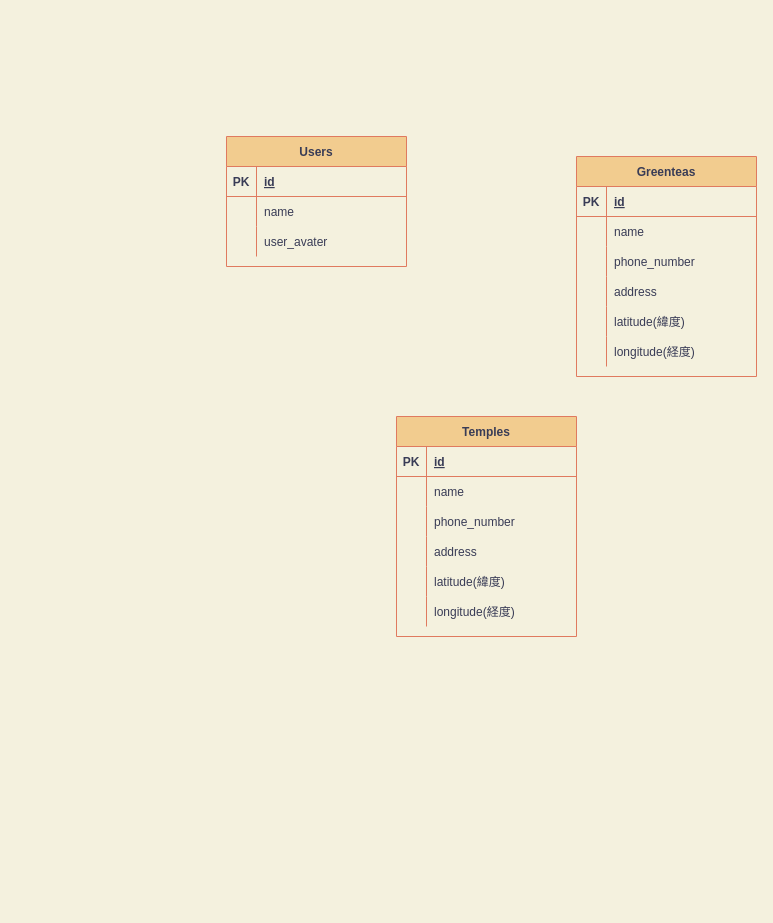
Before: Untitled Diagram.drawio in hiiragi17/genbarails, a draw.io diagram. Source tidied: cells renumbered, new cells numbered last; positions are measured from the earlier drawing's top-left corner, leaving out a move shared by most shapes. Both pictures are drawn from the tidied source at 100%, with x=0, y=0 at pixel (226, 136).
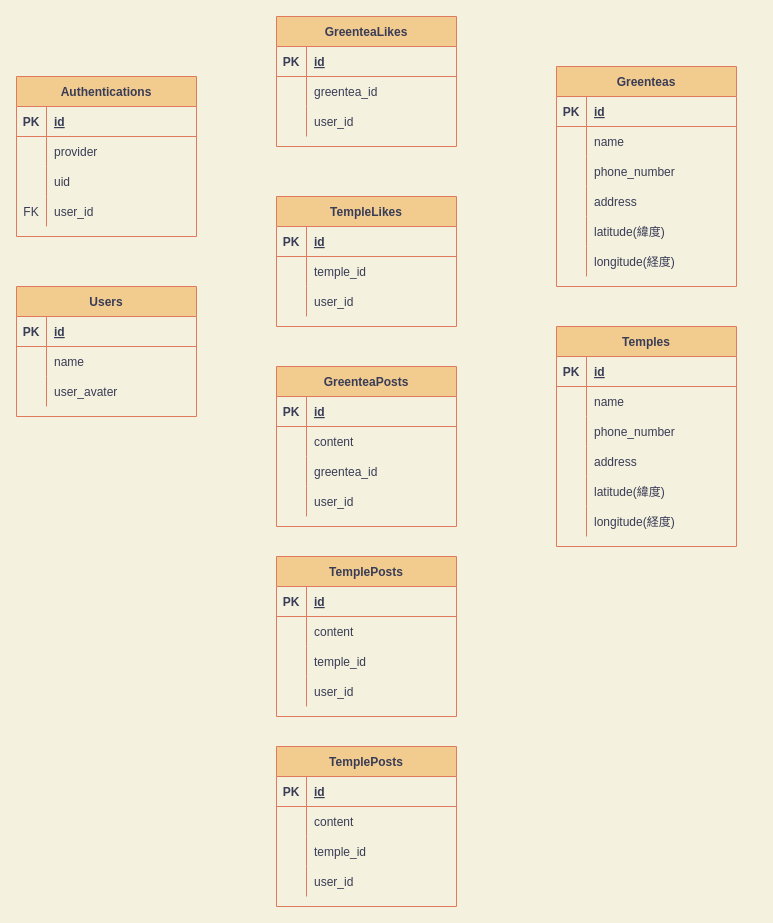
After the change.

Commit message (it also covers changes not shown here):
Untitled Diagram.drawio を更新します

Change to the diagram source:
```diff
@@
     <mxCell id="2" value="Greenteas" style="shape=table;startSize=30;childLayout=tableLayout;rowLines=0;fontStyle=1;align=center;rounded=0;sketch=0;fontColor=#393C56;strokeColor=#E07A5F;fillColor=#F2CC8F;" parent="1" vertex="1">
-      <mxGeometry x="350" y="20" width="180" height="220" as="geometry" />
+      <mxGeometry x="330" y="-70" width="180" height="220" as="geometry" />
     </mxCell>
@@
     <mxCell id="21" value="Temples" style="shape=table;startSize=30;childLayout=tableLayout;rowLines=0;fontStyle=1;align=center;rounded=0;sketch=0;fontColor=#393C56;strokeColor=#E07A5F;fillColor=#F2CC8F;" parent="1" vertex="1">
-      <mxGeometry x="170" y="280" width="180" height="220" as="geometry" />
+      <mxGeometry x="330" y="190" width="180" height="220" as="geometry" />
     </mxCell>
@@
     <mxCell id="40" value="Users" style="shape=table;startSize=30;childLayout=tableLayout;rowLines=0;fontStyle=1;align=center;rounded=0;sketch=0;fontColor=#393C56;strokeColor=#E07A5F;fillColor=#F2CC8F;" parent="1" vertex="1">
-      <mxGeometry width="180" height="130" as="geometry" />
+      <mxGeometry x="-210" y="150" width="180" height="130" as="geometry" />
     </mxCell>
@@
+    <mxCell id="50" value="Authentications" style="shape=table;startSize=30;childLayout=tableLayout;rowLines=0;fontStyle=1;align=center;rounded=0;sketch=0;fontColor=#393C56;strokeColor=#E07A5F;fillColor=#F2CC8F;" parent="1" vertex="1">
+      <mxGeometry x="-210" y="-60" width="180" height="160" as="geometry" />
+    </mxCell>
+    <mxCell id="51" style="shape=tableRow;horizontal=0;startSize=0;swimlaneHead=0;swimlaneBody=0;fillColor=none;top=0;left=0;right=0;bottom=1;rounded=0;sketch=0;fontColor=#393C56;strokeColor=#E07A5F;" parent="50" vertex="1">
+      <mxGeometry y="30" width="180" height="30" as="geometry" />
+    </mxCell>
+    <mxCell id="52" value="PK" style="shape=partialRectangle;fillColor=none;top=0;left=0;bottom=0;right=0;fontStyle=1;overflow=hidden;rounded=0;sketch=0;fontColor=#393C56;strokeColor=#E07A5F;" parent="51" vertex="1">
+      <mxGeometry width="30" height="30" as="geometry" />
+    </mxCell>
+    <mxCell id="53" value="id" style="shape=partialRectangle;fillColor=none;top=0;left=0;bottom=0;right=0;align=left;spacingLeft=6;fontStyle=5;overflow=hidden;rounded=0;sketch=0;fontColor=#393C56;strokeColor=#E07A5F;" parent="51" vertex="1">
+      <mxGeometry x="30" width="150" height="30" as="geometry" />
+    </mxCell>
+    <mxCell id="54" style="shape=tableRow;horizontal=0;startSize=0;swimlaneHead=0;swimlaneBody=0;fillColor=none;top=0;left=0;right=0;bottom=0;rounded=0;sketch=0;fontColor=#393C56;strokeColor=#E07A5F;" parent="50" vertex="1">
+      <mxGeometry y="60" width="180" height="30" as="geometry" />
+    </mxCell>
+    <mxCell id="55" style="shape=partialRectangle;fillColor=none;top=0;left=0;bottom=0;right=0;overflow=hidden;rounded=0;sketch=0;fontColor=#393C56;strokeColor=#E07A5F;" parent="54" vertex="1">
+      <mxGeometry width="30" height="30" as="geometry" />
+    </mxCell>
+    <mxCell id="56" value="provider" style="shape=partialRectangle;fillColor=none;top=0;left=0;bottom=0;right=0;align=left;spacingLeft=6;overflow=hidden;rounded=0;sketch=0;fontColor=#393C56;strokeColor=#E07A5F;" parent="54" vertex="1">
+      <mxGeometry x="30" width="150" height="30" as="geometry" />
+    </mxCell>
+    <mxCell id="57" style="shape=tableRow;horizontal=0;startSize=0;swimlaneHead=0;swimlaneBody=0;fillColor=none;top=0;left=0;right=0;bottom=0;rounded=0;sketch=0;fontColor=#393C56;strokeColor=#E07A5F;" parent="50" vertex="1">
+      <mxGeometry y="90" width="180" height="30" as="geometry" />
+    </mxCell>
+    <mxCell id="58" style="shape=partialRectangle;fillColor=none;top=0;left=0;bottom=0;right=0;overflow=hidden;rounded=0;sketch=0;fontColor=#393C56;strokeColor=#E07A5F;" parent="57" vertex="1">
+      <mxGeometry width="30" height="30" as="geometry" />
+    </mxCell>
+    <mxCell id="59" value="uid" style="shape=partialRectangle;fillColor=none;top=0;left=0;bottom=0;right=0;align=left;spacingLeft=6;overflow=hidden;rounded=0;sketch=0;fontColor=#393C56;strokeColor=#E07A5F;" parent="57" vertex="1">
+      <mxGeometry x="30" width="150" height="30" as="geometry" />
+    </mxCell>
+    <mxCell id="60" style="shape=tableRow;horizontal=0;startSize=0;swimlaneHead=0;swimlaneBody=0;fillColor=none;top=0;left=0;right=0;bottom=0;rounded=0;sketch=0;fontColor=#393C56;strokeColor=#E07A5F;" parent="50" vertex="1">
+      <mxGeometry y="120" width="180" height="30" as="geometry" />
+    </mxCell>
+    <mxCell id="61" value="FK" style="shape=partialRectangle;fillColor=none;top=0;left=0;bottom=0;right=0;overflow=hidden;rounded=0;sketch=0;fontColor=#393C56;strokeColor=#E07A5F;" parent="60" vertex="1">
+      <mxGeometry width="30" height="30" as="geometry" />
+    </mxCell>
+    <mxCell id="62" value="user_id" style="shape=partialRectangle;fillColor=none;top=0;left=0;bottom=0;right=0;align=left;spacingLeft=6;overflow=hidden;rounded=0;sketch=0;fontColor=#393C56;strokeColor=#E07A5F;" parent="60" vertex="1">
+      <mxGeometry x="30" width="150" height="30" as="geometry" />
+    </mxCell>
+    <mxCell id="63" value="GreenteaLikes" style="shape=table;startSize=30;childLayout=tableLayout;rowLines=0;fontStyle=1;align=center;rounded=0;sketch=0;fontColor=#393C56;strokeColor=#E07A5F;fillColor=#F2CC8F;" parent="1" vertex="1">
+      <mxGeometry x="50" y="-120" width="180" height="130" as="geometry" />
+    </mxCell>
+    <mxCell id="64" style="shape=tableRow;horizontal=0;startSize=0;swimlaneHead=0;swimlaneBody=0;fillColor=none;top=0;left=0;right=0;bottom=1;rounded=0;sketch=0;fontColor=#393C56;strokeColor=#E07A5F;" parent="63" vertex="1">
+      <mxGeometry y="30" width="180" height="30" as="geometry" />
+    </mxCell>
+    <mxCell id="65" value="PK" style="shape=partialRectangle;fillColor=none;top=0;left=0;bottom=0;right=0;fontStyle=1;overflow=hidden;rounded=0;sketch=0;fontColor=#393C56;strokeColor=#E07A5F;" parent="64" vertex="1">
+      <mxGeometry width="30" height="30" as="geometry" />
+    </mxCell>
+    <mxCell id="66" value="id" style="shape=partialRectangle;fillColor=none;top=0;left=0;bottom=0;right=0;align=left;spacingLeft=6;fontStyle=5;overflow=hidden;rounded=0;sketch=0;fontColor=#393C56;strokeColor=#E07A5F;" parent="64" vertex="1">
+      <mxGeometry x="30" width="150" height="30" as="geometry" />
+    </mxCell>
+    <mxCell id="67" style="shape=tableRow;horizontal=0;startSize=0;swimlaneHead=0;swimlaneBody=0;fillColor=none;top=0;left=0;right=0;bottom=0;rounded=0;sketch=0;fontColor=#393C56;strokeColor=#E07A5F;" parent="63" vertex="1">
+      <mxGeometry y="60" width="180" height="30" as="geometry" />
+    </mxCell>
+    <mxCell id="68" style="shape=partialRectangle;fillColor=none;top=0;left=0;bottom=0;right=0;overflow=hidden;rounded=0;sketch=0;fontColor=#393C56;strokeColor=#E07A5F;" parent="67" vertex="1">
+      <mxGeometry width="30" height="30" as="geometry" />
+    </mxCell>
+    <mxCell id="69" value="greentea_id" style="shape=partialRectangle;fillColor=none;top=0;left=0;bottom=0;right=0;align=left;spacingLeft=6;overflow=hidden;rounded=0;sketch=0;fontColor=#393C56;strokeColor=#E07A5F;" parent="67" vertex="1">
+      <mxGeometry x="30" width="150" height="30" as="geometry" />
+    </mxCell>
+    <mxCell id="70" style="shape=tableRow;horizontal=0;startSize=0;swimlaneHead=0;swimlaneBody=0;fillColor=none;top=0;left=0;right=0;bottom=0;rounded=0;sketch=0;fontColor=#393C56;strokeColor=#E07A5F;" parent="63" vertex="1">
+      <mxGeometry y="90" width="180" height="30" as="geometry" />
+    </mxCell>
+    <mxCell id="71" style="shape=partialRectangle;fillColor=none;top=0;left=0;bottom=0;right=0;overflow=hidden;rounded=0;sketch=0;fontColor=#393C56;strokeColor=#E07A5F;" parent="70" vertex="1">
+      <mxGeometry width="30" height="30" as="geometry" />
+    </mxCell>
+    <mxCell id="72" value="user_id" style="shape=partialRectangle;fillColor=none;top=0;left=0;bottom=0;right=0;align=left;spacingLeft=6;overflow=hidden;rounded=0;sketch=0;fontColor=#393C56;strokeColor=#E07A5F;" parent="70" vertex="1">
+      <mxGeometry x="30" width="150" height="30" as="geometry" />
+    </mxCell>
+    <mxCell id="73" value="TempleLikes" style="shape=table;startSize=30;childLayout=tableLayout;rowLines=0;fontStyle=1;align=center;rounded=0;sketch=0;fontColor=#393C56;strokeColor=#E07A5F;fillColor=#F2CC8F;" parent="1" vertex="1">
+      <mxGeometry x="50" y="60" width="180" height="130" as="geometry" />
+    </mxCell>
+    <mxCell id="74" style="shape=tableRow;horizontal=0;startSize=0;swimlaneHead=0;swimlaneBody=0;fillColor=none;top=0;left=0;right=0;bottom=1;rounded=0;sketch=0;fontColor=#393C56;strokeColor=#E07A5F;" parent="73" vertex="1">
+      <mxGeometry y="30" width="180" height="30" as="geometry" />
+    </mxCell>
+    <mxCell id="75" value="PK" style="shape=partialRectangle;fillColor=none;top=0;left=0;bottom=0;right=0;fontStyle=1;overflow=hidden;rounded=0;sketch=0;fontColor=#393C56;strokeColor=#E07A5F;" parent="74" vertex="1">
+      <mxGeometry width="30" height="30" as="geometry" />
+    </mxCell>
+    <mxCell id="76" value="id" style="shape=partialRectangle;fillColor=none;top=0;left=0;bottom=0;right=0;align=left;spacingLeft=6;fontStyle=5;overflow=hidden;rounded=0;sketch=0;fontColor=#393C56;strokeColor=#E07A5F;" parent="74" vertex="1">
+      <mxGeometry x="30" width="150" height="30" as="geometry" />
+    </mxCell>
+    <mxCell id="77" style="shape=tableRow;horizontal=0;startSize=0;swimlaneHead=0;swimlaneBody=0;fillColor=none;top=0;left=0;right=0;bottom=0;rounded=0;sketch=0;fontColor=#393C56;strokeColor=#E07A5F;" parent="73" vertex="1">
+      <mxGeometry y="60" width="180" height="30" as="geometry" />
+    </mxCell>
+    <mxCell id="78" style="shape=partialRectangle;fillColor=none;top=0;left=0;bottom=0;right=0;overflow=hidden;rounded=0;sketch=0;fontColor=#393C56;strokeColor=#E07A5F;" parent="77" vertex="1">
+      <mxGeometry width="30" height="30" as="geometry" />
+    </mxCell>
+    <mxCell id="79" value="temple_id" style="shape=partialRectangle;fillColor=none;top=0;left=0;bottom=0;right=0;align=left;spacingLeft=6;overflow=hidden;rounded=0;sketch=0;fontColor=#393C56;strokeColor=#E07A5F;" parent="77" vertex="1">
+      <mxGeometry x="30" width="150" height="30" as="geometry" />
+    </mxCell>
+    <mxCell id="80" style="shape=tableRow;horizontal=0;startSize=0;swimlaneHead=0;swimlaneBody=0;fillColor=none;top=0;left=0;right=0;bottom=0;rounded=0;sketch=0;fontColor=#393C56;strokeColor=#E07A5F;" parent="73" vertex="1">
+      <mxGeometry y="90" width="180" height="30" as="geometry" />
+    </mxCell>
+    <mxCell id="81" style="shape=partialRectangle;fillColor=none;top=0;left=0;bottom=0;right=0;overflow=hidden;rounded=0;sketch=0;fontColor=#393C56;strokeColor=#E07A5F;" parent="80" vertex="1">
+      <mxGeometry width="30" height="30" as="geometry" />
+    </mxCell>
+    <mxCell id="82" value="user_id" style="shape=partialRectangle;fillColor=none;top=0;left=0;bottom=0;right=0;align=left;spacingLeft=6;overflow=hidden;rounded=0;sketch=0;fontColor=#393C56;strokeColor=#E07A5F;" parent="80" vertex="1">
+      <mxGeometry x="30" width="150" height="30" as="geometry" />
+    </mxCell>
+    <mxCell id="83" value="GreenteaPosts" style="shape=table;startSize=30;childLayout=tableLayout;rowLines=0;fontStyle=1;align=center;rounded=0;sketch=0;fontColor=#393C56;strokeColor=#E07A5F;fillColor=#F2CC8F;" parent="1" vertex="1">
+      <mxGeometry x="50" y="230" width="180" height="160" as="geometry" />
+    </mxCell>
+    <mxCell id="84" style="shape=tableRow;horizontal=0;startSize=0;swimlaneHead=0;swimlaneBody=0;fillColor=none;top=0;left=0;right=0;bottom=1;rounded=0;sketch=0;fontColor=#393C56;strokeColor=#E07A5F;" parent="83" vertex="1">
+      <mxGeometry y="30" width="180" height="30" as="geometry" />
+    </mxCell>
+    <mxCell id="85" value="PK" style="shape=partialRectangle;fillColor=none;top=0;left=0;bottom=0;right=0;fontStyle=1;overflow=hidden;rounded=0;sketch=0;fontColor=#393C56;strokeColor=#E07A5F;" parent="84" vertex="1">
+      <mxGeometry width="30" height="30" as="geometry" />
+    </mxCell>
+    <mxCell id="86" value="id" style="shape=partialRectangle;fillColor=none;top=0;left=0;bottom=0;right=0;align=left;spacingLeft=6;fontStyle=5;overflow=hidden;rounded=0;sketch=0;fontColor=#393C56;strokeColor=#E07A5F;" parent="84" vertex="1">
+      <mxGeometry x="30" width="150" height="30" as="geometry" />
+    </mxCell>
+    <mxCell id="87" style="shape=tableRow;horizontal=0;startSize=0;swimlaneHead=0;swimlaneBody=0;fillColor=none;top=0;left=0;right=0;bottom=0;rounded=0;sketch=0;fontColor=#393C56;strokeColor=#E07A5F;" parent="83" vertex="1">
+      <mxGeometry y="60" width="180" height="30" as="geometry" />
+    </mxCell>
+    <mxCell id="88" style="shape=partialRectangle;fillColor=none;top=0;left=0;bottom=0;right=0;overflow=hidden;rounded=0;sketch=0;fontColor=#393C56;strokeColor=#E07A5F;" parent="87" vertex="1">
+      <mxGeometry width="30" height="30" as="geometry" />
+    </mxCell>
+    <mxCell id="89" value="content" style="shape=partialRectangle;fillColor=none;top=0;left=0;bottom=0;right=0;align=left;spacingLeft=6;overflow=hidden;rounded=0;sketch=0;fontColor=#393C56;strokeColor=#E07A5F;" parent="87" vertex="1">
+      <mxGeometry x="30" width="150" height="30" as="geometry" />
+    </mxCell>
+    <mxCell id="90" style="shape=tableRow;horizontal=0;startSize=0;swimlaneHead=0;swimlaneBody=0;fillColor=none;top=0;left=0;right=0;bottom=0;rounded=0;sketch=0;fontColor=#393C56;strokeColor=#E07A5F;" parent="83" vertex="1">
+      <mxGeometry y="90" width="180" height="30" as="geometry" />
+    </mxCell>
+    <mxCell id="91" style="shape=partialRectangle;fillColor=none;top=0;left=0;bottom=0;right=0;overflow=hidden;rounded=0;sketch=0;fontColor=#393C56;strokeColor=#E07A5F;" parent="90" vertex="1">
+      <mxGeometry width="30" height="30" as="geometry" />
+    </mxCell>
+    <mxCell id="92" value="greentea_id" style="shape=partialRectangle;fillColor=none;top=0;left=0;bottom=0;right=0;align=left;spacingLeft=6;overflow=hidden;rounded=0;sketch=0;fontColor=#393C56;strokeColor=#E07A5F;" parent="90" vertex="1">
+      <mxGeometry x="30" width="150" height="30" as="geometry" />
+    </mxCell>
+    <mxCell id="93" style="shape=tableRow;horizontal=0;startSize=0;swimlaneHead=0;swimlaneBody=0;fillColor=none;top=0;left=0;right=0;bottom=0;rounded=0;sketch=0;fontColor=#393C56;strokeColor=#E07A5F;" parent="83" vertex="1">
+      <mxGeometry y="120" width="180" height="30" as="geometry" />
+    </mxCell>
+    <mxCell id="94" style="shape=partialRectangle;fillColor=none;top=0;left=0;bottom=0;right=0;overflow=hidden;rounded=0;sketch=0;fontColor=#393C56;strokeColor=#E07A5F;" parent="93" vertex="1">
+      <mxGeometry width="30" height="30" as="geometry" />
+    </mxCell>
+    <mxCell id="95" value="user_id" style="shape=partialRectangle;fillColor=none;top=0;left=0;bottom=0;right=0;align=left;spacingLeft=6;overflow=hidden;rounded=0;sketch=0;fontColor=#393C56;strokeColor=#E07A5F;" parent="93" vertex="1">
+      <mxGeometry x="30" width="150" height="30" as="geometry" />
+    </mxCell>
+    <mxCell id="96" value="TemplePosts" style="shape=table;startSize=30;childLayout=tableLayout;rowLines=0;fontStyle=1;align=center;rounded=0;sketch=0;fontColor=#393C56;strokeColor=#E07A5F;fillColor=#F2CC8F;" parent="1" vertex="1">
+      <mxGeometry x="50" y="420" width="180" height="160" as="geometry" />
+    </mxCell>
+    <mxCell id="97" style="shape=tableRow;horizontal=0;startSize=0;swimlaneHead=0;swimlaneBody=0;fillColor=none;top=0;left=0;right=0;bottom=1;rounded=0;sketch=0;fontColor=#393C56;strokeColor=#E07A5F;" parent="96" vertex="1">
+      <mxGeometry y="30" width="180" height="30" as="geometry" />
+    </mxCell>
+    <mxCell id="98" value="PK" style="shape=partialRectangle;fillColor=none;top=0;left=0;bottom=0;right=0;fontStyle=1;overflow=hidden;rounded=0;sketch=0;fontColor=#393C56;strokeColor=#E07A5F;" parent="97" vertex="1">
+      <mxGeometry width="30" height="30" as="geometry" />
+    </mxCell>
+    <mxCell id="99" value="id" style="shape=partialRectangle;fillColor=none;top=0;left=0;bottom=0;right=0;align=left;spacingLeft=6;fontStyle=5;overflow=hidden;rounded=0;sketch=0;fontColor=#393C56;strokeColor=#E07A5F;" parent="97" vertex="1">
+      <mxGeometry x="30" width="150" height="30" as="geometry" />
+    </mxCell>
+    <mxCell id="100" style="shape=tableRow;horizontal=0;startSize=0;swimlaneHead=0;swimlaneBody=0;fillColor=none;top=0;left=0;right=0;bottom=0;rounded=0;sketch=0;fontColor=#393C56;strokeColor=#E07A5F;" parent="96" vertex="1">
+      <mxGeometry y="60" width="180" height="30" as="geometry" />
+    </mxCell>
+    <mxCell id="101" style="shape=partialRectangle;fillColor=none;top=0;left=0;bottom=0;right=0;overflow=hidden;rounded=0;sketch=0;fontColor=#393C56;strokeColor=#E07A5F;" parent="100" vertex="1">
+      <mxGeometry width="30" height="30" as="geometry" />
+    </mxCell>
+    <mxCell id="102" value="content" style="shape=partialRectangle;fillColor=none;top=0;left=0;bottom=0;right=0;align=left;spacingLeft=6;overflow=hidden;rounded=0;sketch=0;fontColor=#393C56;strokeColor=#E07A5F;" parent="100" vertex="1">
+      <mxGeometry x="30" width="150" height="30" as="geometry" />
+    </mxCell>
+    <mxCell id="103" style="shape=tableRow;horizontal=0;startSize=0;swimlaneHead=0;swimlaneBody=0;fillColor=none;top=0;left=0;right=0;bottom=0;rounded=0;sketch=0;fontColor=#393C56;strokeColor=#E07A5F;" parent="96" vertex="1">
+      <mxGeometry y="90" width="180" height="30" as="geometry" />
+    </mxCell>
+    <mxCell id="104" style="shape=partialRectangle;fillColor=none;top=0;left=0;bottom=0;right=0;overflow=hidden;rounded=0;sketch=0;fontColor=#393C56;strokeColor=#E07A5F;" parent="103" vertex="1">
+      <mxGeometry width="30" height="30" as="geometry" />
+    </mxCell>
+    <mxCell id="105" value="temple_id" style="shape=partialRectangle;fillColor=none;top=0;left=0;bottom=0;right=0;align=left;spacingLeft=6;overflow=hidden;rounded=0;sketch=0;fontColor=#393C56;strokeColor=#E07A5F;" parent="103" vertex="1">
+      <mxGeometry x="30" width="150" height="30" as="geometry" />
+    </mxCell>
+    <mxCell id="106" style="shape=tableRow;horizontal=0;startSize=0;swimlaneHead=0;swimlaneBody=0;fillColor=none;top=0;left=0;right=0;bottom=0;rounded=0;sketch=0;fontColor=#393C56;strokeColor=#E07A5F;" parent="96" vertex="1">
+      <mxGeometry y="120" width="180" height="30" as="geometry" />
+    </mxCell>
+    <mxCell id="107" style="shape=partialRectangle;fillColor=none;top=0;left=0;bottom=0;right=0;overflow=hidden;rounded=0;sketch=0;fontColor=#393C56;strokeColor=#E07A5F;" parent="106" vertex="1">
+      <mxGeometry width="30" height="30" as="geometry" />
+    </mxCell>
+    <mxCell id="108" value="user_id" style="shape=partialRectangle;fillColor=none;top=0;left=0;bottom=0;right=0;align=left;spacingLeft=6;overflow=hidden;rounded=0;sketch=0;fontColor=#393C56;strokeColor=#E07A5F;" parent="106" vertex="1">
+      <mxGeometry x="30" width="150" height="30" as="geometry" />
+    </mxCell>
+    <mxCell id="109" value="TemplePosts" style="shape=table;startSize=30;childLayout=tableLayout;rowLines=0;fontStyle=1;align=center;rounded=0;sketch=0;fontColor=#393C56;strokeColor=#E07A5F;fillColor=#F2CC8F;" parent="1" vertex="1">
+      <mxGeometry x="50" y="610" width="180" height="160" as="geometry" />
+    </mxCell>
+    <mxCell id="110" style="shape=tableRow;horizontal=0;startSize=0;swimlaneHead=0;swimlaneBody=0;fillColor=none;top=0;left=0;right=0;bottom=1;rounded=0;sketch=0;fontColor=#393C56;strokeColor=#E07A5F;" parent="109" vertex="1">
+      <mxGeometry y="30" width="180" height="30" as="geometry" />
+    </mxCell>
+    <mxCell id="111" value="PK" style="shape=partialRectangle;fillColor=none;top=0;left=0;bottom=0;right=0;fontStyle=1;overflow=hidden;rounded=0;sketch=0;fontColor=#393C56;strokeColor=#E07A5F;" parent="110" vertex="1">
+      <mxGeometry width="30" height="30" as="geometry" />
+    </mxCell>
+    <mxCell id="112" value="id" style="shape=partialRectangle;fillColor=none;top=0;left=0;bottom=0;right=0;align=left;spacingLeft=6;fontStyle=5;overflow=hidden;rounded=0;sketch=0;fontColor=#393C56;strokeColor=#E07A5F;" parent="110" vertex="1">
+      <mxGeometry x="30" width="150" height="30" as="geometry" />
+    </mxCell>
+    <mxCell id="113" style="shape=tableRow;horizontal=0;startSize=0;swimlaneHead=0;swimlaneBody=0;fillColor=none;top=0;left=0;right=0;bottom=0;rounded=0;sketch=0;fontColor=#393C56;strokeColor=#E07A5F;" parent="109" vertex="1">
+      <mxGeometry y="60" width="180" height="30" as="geometry" />
+    </mxCell>
+    <mxCell id="114" style="shape=partialRectangle;fillColor=none;top=0;left=0;bottom=0;right=0;overflow=hidden;rounded=0;sketch=0;fontColor=#393C56;strokeColor=#E07A5F;" parent="113" vertex="1">
+      <mxGeometry width="30" height="30" as="geometry" />
+    </mxCell>
+    <mxCell id="115" value="content" style="shape=partialRectangle;fillColor=none;top=0;left=0;bottom=0;right=0;align=left;spacingLeft=6;overflow=hidden;rounded=0;sketch=0;fontColor=#393C56;strokeColor=#E07A5F;" parent="113" vertex="1">
+      <mxGeometry x="30" width="150" height="30" as="geometry" />
+    </mxCell>
+    <mxCell id="116" style="shape=tableRow;horizontal=0;startSize=0;swimlaneHead=0;swimlaneBody=0;fillColor=none;top=0;left=0;right=0;bottom=0;rounded=0;sketch=0;fontColor=#393C56;strokeColor=#E07A5F;" parent="109" vertex="1">
+      <mxGeometry y="90" width="180" height="30" as="geometry" />
+    </mxCell>
+    <mxCell id="117" style="shape=partialRectangle;fillColor=none;top=0;left=0;bottom=0;right=0;overflow=hidden;rounded=0;sketch=0;fontColor=#393C56;strokeColor=#E07A5F;" parent="116" vertex="1">
+      <mxGeometry width="30" height="30" as="geometry" />
+    </mxCell>
+    <mxCell id="118" value="temple_id" style="shape=partialRectangle;fillColor=none;top=0;left=0;bottom=0;right=0;align=left;spacingLeft=6;overflow=hidden;rounded=0;sketch=0;fontColor=#393C56;strokeColor=#E07A5F;" parent="116" vertex="1">
+      <mxGeometry x="30" width="150" height="30" as="geometry" />
+    </mxCell>
+    <mxCell id="119" style="shape=tableRow;horizontal=0;startSize=0;swimlaneHead=0;swimlaneBody=0;fillColor=none;top=0;left=0;right=0;bottom=0;rounded=0;sketch=0;fontColor=#393C56;strokeColor=#E07A5F;" parent="109" vertex="1">
+      <mxGeometry y="120" width="180" height="30" as="geometry" />
+    </mxCell>
+    <mxCell id="120" style="shape=partialRectangle;fillColor=none;top=0;left=0;bottom=0;right=0;overflow=hidden;rounded=0;sketch=0;fontColor=#393C56;strokeColor=#E07A5F;" parent="119" vertex="1">
+      <mxGeometry width="30" height="30" as="geometry" />
+    </mxCell>
+    <mxCell id="121" value="user_id" style="shape=partialRectangle;fillColor=none;top=0;left=0;bottom=0;right=0;align=left;spacingLeft=6;overflow=hidden;rounded=0;sketch=0;fontColor=#393C56;strokeColor=#E07A5F;" parent="119" vertex="1">
+      <mxGeometry x="30" width="150" height="30" as="geometry" />
+    </mxCell>
```
